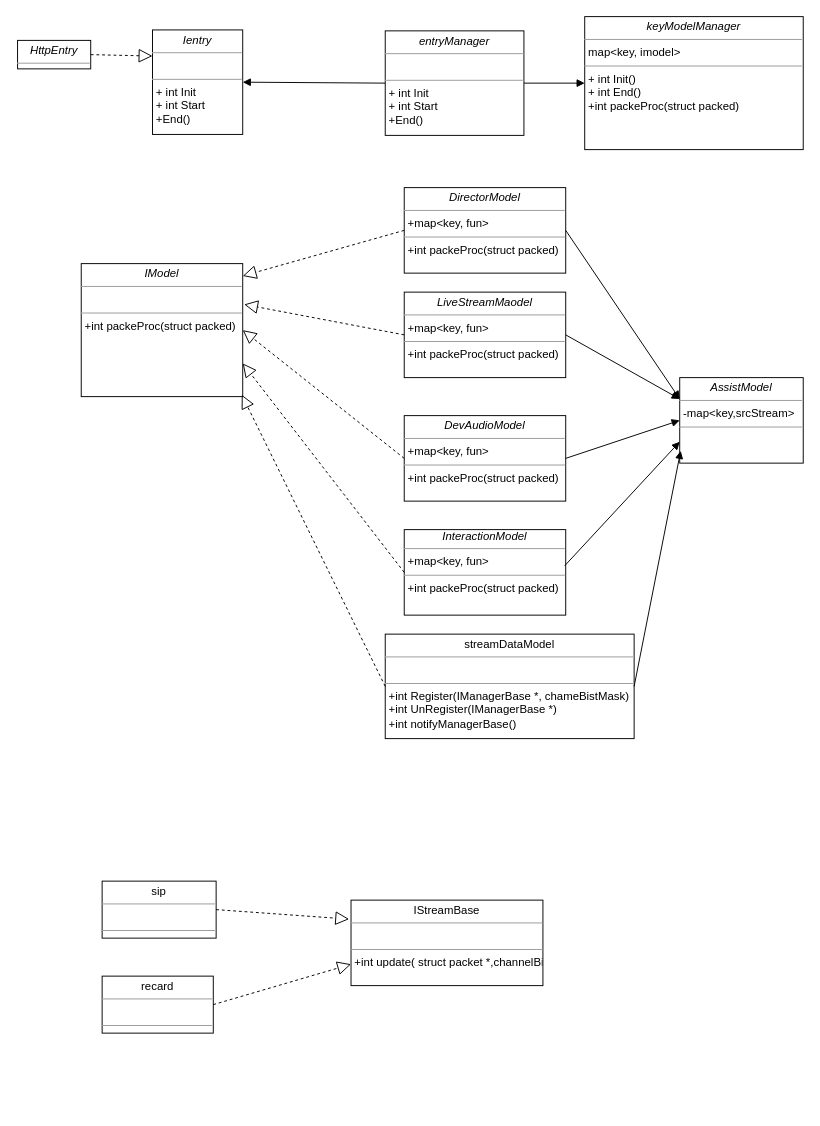
This is 录播uml.drawio from huangPeiLc/drawio, a draw.io file, before an edit. Source tidied: cells renumbered, new cells numbered last; positions are measured from the earlier drawing's top-left corner, leaving out a move shared by most shapes. Both pictures are drawn from the tidied source at 95%, with x=0, y=0 at pixel (17, 16).
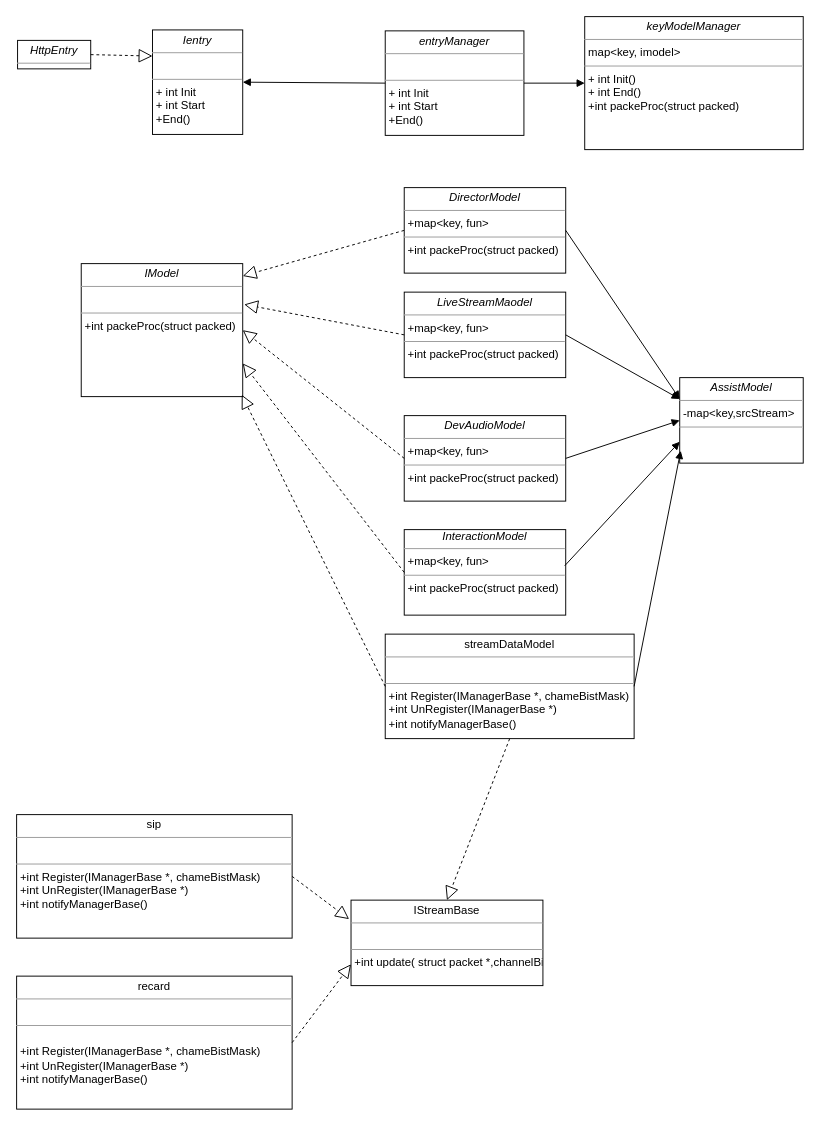
The same page after the edit.

Unchanged cells that the change refers to:
```xml
<mxCell id="7" value="&lt;p style=&quot;margin: 0px ; margin-top: 4px ; text-align: center&quot;&gt;&lt;span style=&quot;text-align: left&quot;&gt;streamDataModel&lt;/span&gt;&lt;br&gt;&lt;/p&gt;&lt;hr size=&quot;1&quot;&gt;&lt;p style=&quot;margin: 0px ; margin-left: 4px&quot;&gt;&lt;br&gt;&lt;/p&gt;&lt;hr size=&quot;1&quot;&gt;&lt;p style=&quot;margin: 0px ; margin-left: 4px&quot;&gt;+&lt;span&gt;int Register(IManagerBase *, chameBistMask)&lt;/span&gt;&lt;/p&gt;&lt;p style=&quot;margin: 0px 0px 0px 4px&quot;&gt;+int UnRegister(IManagerBase *)&lt;/p&gt;&lt;p style=&quot;margin: 0px 0px 0px 4px&quot;&gt;+int notifyManagerBase()&lt;/p&gt;&lt;p style=&quot;margin: 0px ; margin-left: 4px&quot;&gt;&lt;br&gt;&lt;/p&gt;" style="verticalAlign=top;align=left;overflow=fill;fontSize=12;fontFamily=Helvetica;html=1;rounded=0;shadow=0;comic=0;labelBackgroundColor=none;strokeColor=#000000;strokeWidth=1;fillColor=#ffffff;" parent="1" vertex="1">
  <mxGeometry x="387" y="650" width="262" height="110" as="geometry" />
</mxCell>
<mxCell id="27" value="&lt;p style=&quot;margin: 0px ; margin-top: 4px ; text-align: center&quot;&gt;&lt;span style=&quot;text-align: left&quot;&gt;IStreamBase&lt;/span&gt;&lt;br&gt;&lt;/p&gt;&lt;hr size=&quot;1&quot;&gt;&lt;p style=&quot;margin: 0px ; margin-left: 4px&quot;&gt;&lt;br&gt;&lt;/p&gt;&lt;hr size=&quot;1&quot;&gt;&lt;p style=&quot;margin: 0px ; margin-left: 4px&quot;&gt;+&lt;span&gt;int update( struct packet *,channelBitmask)&lt;/span&gt;&lt;/p&gt;&lt;p style=&quot;margin: 0px ; margin-left: 4px&quot;&gt;&lt;br&gt;&lt;/p&gt;" style="verticalAlign=top;align=left;overflow=fill;fontSize=12;fontFamily=Helvetica;html=1;rounded=0;shadow=0;comic=0;labelBackgroundColor=none;strokeColor=#000000;strokeWidth=1;fillColor=#ffffff;" parent="1" vertex="1">
  <mxGeometry x="351" y="930" width="202" height="90" as="geometry" />
</mxCell>
```

Change to the diagram source:
```diff
@@
-    <mxCell id="23" value="&lt;p style=&quot;margin: 0px ; margin-top: 4px ; text-align: center&quot;&gt;&lt;span style=&quot;text-align: left&quot;&gt;recard&lt;/span&gt;&lt;br&gt;&lt;/p&gt;&lt;hr size=&quot;1&quot;&gt;&lt;p style=&quot;margin: 0px ; margin-left: 4px&quot;&gt;&lt;br&gt;&lt;/p&gt;&lt;hr size=&quot;1&quot;&gt;&lt;p style=&quot;margin: 0px ; margin-left: 4px&quot;&gt;&lt;br&gt;&lt;/p&gt;&lt;p style=&quot;margin: 0px ; margin-left: 4px&quot;&gt;&lt;br&gt;&lt;/p&gt;" style="verticalAlign=top;align=left;overflow=fill;fontSize=12;fontFamily=Helvetica;html=1;rounded=0;shadow=0;comic=0;labelBackgroundColor=none;strokeColor=#000000;strokeWidth=1;fillColor=#ffffff;" parent="1" vertex="1">
-      <mxGeometry x="89" y="1010" width="117" height="60" as="geometry" />
+    <mxCell id="23" value="&lt;p style=&quot;margin: 0px ; margin-top: 4px ; text-align: center&quot;&gt;&lt;span style=&quot;text-align: left&quot;&gt;recard&lt;/span&gt;&lt;br&gt;&lt;/p&gt;&lt;hr size=&quot;1&quot;&gt;&lt;p style=&quot;margin: 0px ; margin-left: 4px&quot;&gt;&lt;br&gt;&lt;/p&gt;&lt;hr size=&quot;1&quot;&gt;&lt;p style=&quot;margin: 0px ; margin-left: 4px&quot;&gt;&lt;br&gt;&lt;/p&gt;&lt;p style=&quot;margin: 0px 0px 0px 4px&quot;&gt;+int Register(IManagerBase *, chameBistMask)&lt;/p&gt;&lt;p style=&quot;margin: 0px 0px 0px 4px&quot;&gt;+int UnRegister(IManagerBase *)&lt;/p&gt;&lt;p style=&quot;margin: 0px 0px 0px 4px&quot;&gt;+int notifyManagerBase()&lt;/p&gt;" style="verticalAlign=top;align=left;overflow=fill;fontSize=12;fontFamily=Helvetica;html=1;rounded=0;shadow=0;comic=0;labelBackgroundColor=none;strokeColor=#000000;strokeWidth=1;fillColor=#ffffff;" parent="1" vertex="1">
+      <mxGeometry x="-1" y="1010" width="290" height="140" as="geometry" />
     </mxCell>
-    <mxCell id="24" value="&lt;p style=&quot;margin: 0px ; margin-top: 4px ; text-align: center&quot;&gt;&lt;span style=&quot;text-align: left&quot;&gt;sip&lt;/span&gt;&lt;br&gt;&lt;/p&gt;&lt;hr size=&quot;1&quot;&gt;&lt;p style=&quot;margin: 0px ; margin-left: 4px&quot;&gt;&lt;br&gt;&lt;/p&gt;&lt;hr size=&quot;1&quot;&gt;&lt;p style=&quot;margin: 0px ; margin-left: 4px&quot;&gt;&lt;br&gt;&lt;/p&gt;&lt;p style=&quot;margin: 0px ; margin-left: 4px&quot;&gt;&lt;br&gt;&lt;/p&gt;" style="verticalAlign=top;align=left;overflow=fill;fontSize=12;fontFamily=Helvetica;html=1;rounded=0;shadow=0;comic=0;labelBackgroundColor=none;strokeColor=#000000;strokeWidth=1;fillColor=#ffffff;" parent="1" vertex="1">
-      <mxGeometry x="89" y="910" width="120" height="60" as="geometry" />
+    <mxCell id="24" value="&lt;p style=&quot;margin: 0px ; margin-top: 4px ; text-align: center&quot;&gt;&lt;span style=&quot;text-align: left&quot;&gt;sip&lt;/span&gt;&lt;br&gt;&lt;/p&gt;&lt;hr size=&quot;1&quot;&gt;&lt;p style=&quot;margin: 0px 0px 0px 4px&quot;&gt;&lt;br&gt;&lt;/p&gt;&lt;hr size=&quot;1&quot;&gt;&lt;p style=&quot;margin: 0px 0px 0px 4px&quot;&gt;+int Register(IManagerBase *, chameBistMask)&lt;/p&gt;&lt;p style=&quot;margin: 0px 0px 0px 4px&quot;&gt;+int UnRegister(IManagerBase *)&lt;/p&gt;&lt;p style=&quot;margin: 0px 0px 0px 4px&quot;&gt;+int notifyManagerBase()&lt;/p&gt;&lt;p style=&quot;margin: 0px ; margin-left: 4px&quot;&gt;&lt;br&gt;&lt;/p&gt;" style="verticalAlign=top;align=left;overflow=fill;fontSize=12;fontFamily=Helvetica;html=1;rounded=0;shadow=0;comic=0;labelBackgroundColor=none;strokeColor=#000000;strokeWidth=1;fillColor=#ffffff;" parent="1" vertex="1">
+      <mxGeometry x="-1" y="840" width="290" height="130" as="geometry" />
     </mxCell>
@@
+    <mxCell id="31" style="endArrow=block;dashed=1;endFill=0;endSize=12;html=1;exitX=0.5;exitY=1;exitDx=0;exitDy=0;entryX=0.5;entryY=0;entryDx=0;entryDy=0;" parent="1" edge="1" source="7" target="27">
+      <mxGeometry relative="1" as="geometry" />
+    </mxCell>
```
